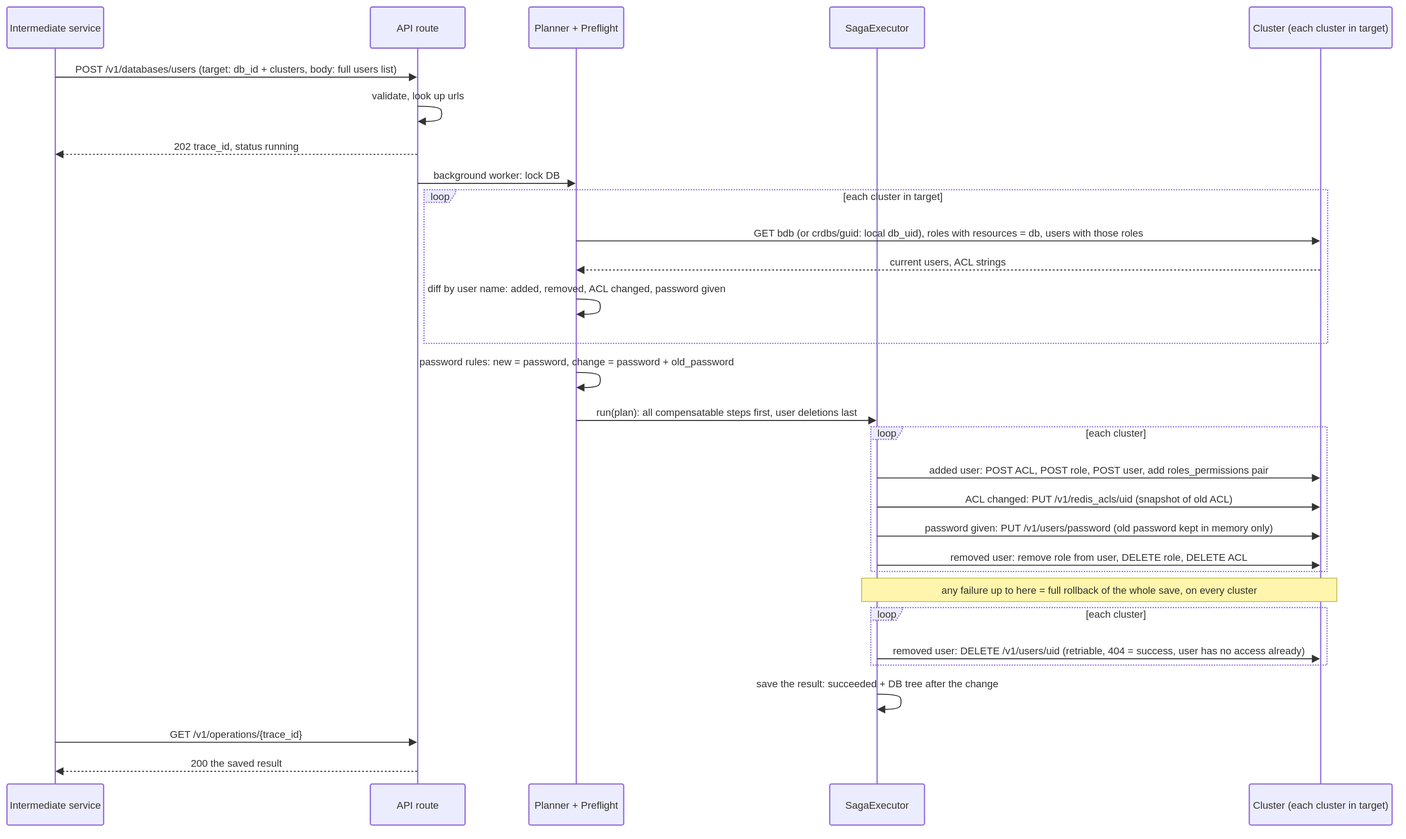
Earlier version of the draw.io export docs/dr/diagrams/17-seq-edit-users.drawio.svg (EliShteinman/redis-enterprise-services). Source tidied: cells renumbered, new cells last; positions are measured from the earlier drawing's top-left corner, leaving out a move shared by most shapes. The source it was exported from:
```xml
<mxGraphModel>
  <root>
    <mxCell id="0" />
    <mxCell id="1" parent="0" />
    <mxCell id="2" value="Intermediate service" style="html=1;shape=umlLifeline;perimeter=lifelinePerimeter;whiteSpace=wrap;outlineConnect=0;portConstraint=eastwest;newEdgeStyle={&quot;edgeStyle&quot;:&quot;sequenceEdgeStyle&quot;,&quot;libavoidRouting&quot;:0,&quot;curved&quot;:0,&quot;rounded&quot;:0};lifelineDashed=0;strokeWidth=2;rounded=1;absoluteArcSize=1;arcSize=6;lifelineColor=light-dark(#9370DB,#cccccc);size=65;lifelineMirror=1;fillColor=light-dark(#ECECFF,#1f2020);strokeColor=light-dark(#9370DB,#cccccc);fontColor=light-dark(#333333,#cccccc);fontFamily=Trebuchet MS,Verdana,Arial,sans-serif;fontSize=16;" parent="1" vertex="1">
      <mxGeometry width="153" height="1294" as="geometry" />
    </mxCell>
    <mxCell id="3" value="API route" style="html=1;shape=umlLifeline;perimeter=lifelinePerimeter;whiteSpace=wrap;outlineConnect=0;portConstraint=eastwest;newEdgeStyle={&quot;edgeStyle&quot;:&quot;sequenceEdgeStyle&quot;,&quot;libavoidRouting&quot;:0,&quot;curved&quot;:0,&quot;rounded&quot;:0};lifelineDashed=0;strokeWidth=2;rounded=1;absoluteArcSize=1;arcSize=6;lifelineColor=light-dark(#9370DB,#cccccc);size=65;lifelineMirror=1;fillColor=light-dark(#ECECFF,#1f2020);strokeColor=light-dark(#9370DB,#cccccc);fontColor=light-dark(#333333,#cccccc);fontFamily=Trebuchet MS,Verdana,Arial,sans-serif;fontSize=16;" parent="1" vertex="1">
      <mxGeometry x="575" width="150" height="1294" as="geometry" />
    </mxCell>
    <mxCell id="4" value="Planner + Preflight" style="html=1;shape=umlLifeline;perimeter=lifelinePerimeter;whiteSpace=wrap;outlineConnect=0;portConstraint=eastwest;newEdgeStyle={&quot;edgeStyle&quot;:&quot;sequenceEdgeStyle&quot;,&quot;libavoidRouting&quot;:0,&quot;curved&quot;:0,&quot;rounded&quot;:0};lifelineDashed=0;strokeWidth=2;rounded=1;absoluteArcSize=1;arcSize=6;lifelineColor=light-dark(#9370DB,#cccccc);size=65;lifelineMirror=1;fillColor=light-dark(#ECECFF,#1f2020);strokeColor=light-dark(#9370DB,#cccccc);fontColor=light-dark(#333333,#cccccc);fontFamily=Trebuchet MS,Verdana,Arial,sans-serif;fontSize=16;" parent="1" vertex="1">
      <mxGeometry x="826" width="150" height="1294" as="geometry" />
    </mxCell>
    <mxCell id="5" value="SagaExecutor" style="html=1;shape=umlLifeline;perimeter=lifelinePerimeter;whiteSpace=wrap;outlineConnect=0;portConstraint=eastwest;newEdgeStyle={&quot;edgeStyle&quot;:&quot;sequenceEdgeStyle&quot;,&quot;libavoidRouting&quot;:0,&quot;curved&quot;:0,&quot;rounded&quot;:0};lifelineDashed=0;strokeWidth=2;rounded=1;absoluteArcSize=1;arcSize=6;lifelineColor=light-dark(#9370DB,#cccccc);size=65;lifelineMirror=1;fillColor=light-dark(#ECECFF,#1f2020);strokeColor=light-dark(#9370DB,#cccccc);fontColor=light-dark(#333333,#cccccc);fontFamily=Trebuchet MS,Verdana,Arial,sans-serif;fontSize=16;" parent="1" vertex="1">
      <mxGeometry x="1302" width="150" height="1294" as="geometry" />
    </mxCell>
    <mxCell id="6" value="Cluster (each cluster in target)" style="html=1;shape=umlLifeline;perimeter=lifelinePerimeter;whiteSpace=wrap;outlineConnect=0;portConstraint=eastwest;newEdgeStyle={&quot;edgeStyle&quot;:&quot;sequenceEdgeStyle&quot;,&quot;libavoidRouting&quot;:0,&quot;curved&quot;:0,&quot;rounded&quot;:0};lifelineDashed=0;strokeWidth=2;rounded=1;absoluteArcSize=1;arcSize=6;lifelineColor=light-dark(#9370DB,#cccccc);size=65;lifelineMirror=1;fillColor=light-dark(#ECECFF,#1f2020);strokeColor=light-dark(#9370DB,#cccccc);fontColor=light-dark(#333333,#cccccc);fontFamily=Trebuchet MS,Verdana,Arial,sans-serif;fontSize=16;" parent="1" vertex="1">
      <mxGeometry x="1966" width="226" height="1294" as="geometry" />
    </mxCell>
    <mxCell id="7" value="loop" style="html=1;shape=umlFrame;dashed=1;fixDash=1;dashPattern=2 2;strokeWidth=2;fillColor=light-dark(#ECECFF,#1f2020);strokeColor=light-dark(#9370DB,#cccccc);fontSize=16;align=center;verticalAlign=middle;fontFamily=Trebuchet MS,Verdana,Arial,sans-serif;fontColor=light-dark(#333333,#cccccc);height=20;width=50;" parent="1" vertex="1">
      <mxGeometry x="660" y="289" width="1430" height="243" as="geometry" />
    </mxCell>
    <mxCell id="8" value="[each cluster in target]" style="text;strokeColor=none;fillColor=none;align=center;verticalAlign=middle;whiteSpace=wrap;fontSize=16;fontFamily=Trebuchet MS,Verdana,Arial,sans-serif;fontColor=light-dark(#333333,#cccccc);" parent="7" vertex="1">
      <mxGeometry x="54" y="2" width="1376" height="16" as="geometry" />
    </mxCell>
    <mxCell id="9" value="loop" style="html=1;shape=umlFrame;dashed=1;fixDash=1;dashPattern=2 2;strokeWidth=2;fillColor=light-dark(#ECECFF,#1f2020);strokeColor=light-dark(#9370DB,#cccccc);fontSize=16;align=center;verticalAlign=middle;fontFamily=Trebuchet MS,Verdana,Arial,sans-serif;fontColor=light-dark(#333333,#cccccc);height=20;width=50;" parent="1" vertex="1">
      <mxGeometry x="1367" y="664" width="722" height="229" as="geometry" />
    </mxCell>
    <mxCell id="10" value="[each cluster]" style="text;strokeColor=none;fillColor=none;align=center;verticalAlign=middle;whiteSpace=wrap;fontSize=16;fontFamily=Trebuchet MS,Verdana,Arial,sans-serif;fontColor=light-dark(#333333,#cccccc);" parent="9" vertex="1">
      <mxGeometry x="54" y="2" width="668" height="16" as="geometry" />
    </mxCell>
    <mxCell id="11" value="loop" style="html=1;shape=umlFrame;dashed=1;fixDash=1;dashPattern=2 2;strokeWidth=2;fillColor=light-dark(#ECECFF,#1f2020);strokeColor=light-dark(#9370DB,#cccccc);fontSize=16;align=center;verticalAlign=middle;fontFamily=Trebuchet MS,Verdana,Arial,sans-serif;fontColor=light-dark(#333333,#cccccc);height=20;width=50;" parent="1" vertex="1">
      <mxGeometry x="1367" y="950" width="722" height="91" as="geometry" />
    </mxCell>
    <mxCell id="12" value="[each cluster]" style="text;strokeColor=none;fillColor=none;align=center;verticalAlign=middle;whiteSpace=wrap;fontSize=16;fontFamily=Trebuchet MS,Verdana,Arial,sans-serif;fontColor=light-dark(#333333,#cccccc);" parent="11" vertex="1">
      <mxGeometry x="54" y="2" width="668" height="16" as="geometry" />
    </mxCell>
    <mxCell id="13" value="POST /v1/databases/users (target: db_id + clusters, body: full users list)" style="endArrow=block;endSize=9;verticalAlign=bottom;spacingBottom=2;edgeStyle=sequenceEdgeStyle;libavoidRouting=0;curved=0;rounded=0;fontSize=16;labelBackgroundColor=none;strokeWidth=1.5;strokeColor=light-dark(#333333,#cccccc);fontColor=light-dark(#333333,#cccccc);fontFamily=Trebuchet MS,Verdana,Arial,sans-serif;" parent="1" edge="1" source="2" target="3">
      <mxGeometry relative="1" as="geometry">
        <Array as="points">
          <mxPoint x="363" y="111" />
        </Array>
      </mxGeometry>
    </mxCell>
    <mxCell id="14" style="edgeStyle=sequenceEdgeStyle;libavoidRouting=0;curved=1;endArrow=block;endSize=9;verticalAlign=bottom;align=center;fontSize=16;labelBackgroundColor=none;strokeWidth=1.5;strokeColor=light-dark(#333333,#cccccc);fontColor=light-dark(#333333,#cccccc);fontFamily=Trebuchet MS,Verdana,Arial,sans-serif;" parent="1" edge="1" source="3" target="3">
      <mxGeometry relative="1" as="geometry">
        <Array as="points">
          <mxPoint x="685" y="157" />
          <mxPoint x="689" y="169" />
          <mxPoint x="685" y="181" />
        </Array>
      </mxGeometry>
    </mxCell>
    <mxCell id="15" value="validate, look up urls" style="text;html=1;strokeColor=none;fillColor=none;align=center;verticalAlign=middle;fontFamily=Trebuchet MS,Verdana,Arial,sans-serif;fontSize=16;fontColor=light-dark(#333333,#cccccc);" parent="1" vertex="1">
      <mxGeometry x="550" y="131" width="200" height="18" as="geometry" />
    </mxCell>
    <mxCell id="16" value="202 trace_id, status running" style="dashed=1;fixDash=1;dashPattern=3 3;endArrow=block;endSize=9;verticalAlign=bottom;spacingBottom=2;edgeStyle=sequenceEdgeStyle;libavoidRouting=0;curved=0;rounded=0;fontSize=16;labelBackgroundColor=none;strokeWidth=1.5;strokeColor=light-dark(#333333,#cccccc);fontColor=light-dark(#333333,#cccccc);fontFamily=Trebuchet MS,Verdana,Arial,sans-serif;" parent="1" edge="1" source="3" target="2">
      <mxGeometry relative="1" as="geometry">
        <Array as="points">
          <mxPoint x="363" y="233" />
        </Array>
      </mxGeometry>
    </mxCell>
    <mxCell id="17" value="background worker: lock DB" style="endArrow=block;endSize=9;verticalAlign=bottom;spacingBottom=2;edgeStyle=sequenceEdgeStyle;libavoidRouting=0;curved=0;rounded=0;fontSize=16;labelBackgroundColor=none;strokeWidth=1.5;strokeColor=light-dark(#333333,#cccccc);fontColor=light-dark(#333333,#cccccc);fontFamily=Trebuchet MS,Verdana,Arial,sans-serif;" parent="1" edge="1" source="3" target="4">
      <mxGeometry relative="1" as="geometry">
        <Array as="points">
          <mxPoint x="776" y="279" />
        </Array>
      </mxGeometry>
    </mxCell>
    <mxCell id="18" value="GET bdb (or crdbs/guid: local db_uid), roles with resources = db, users with those roles" style="endArrow=block;endSize=9;verticalAlign=bottom;spacingBottom=2;edgeStyle=sequenceEdgeStyle;libavoidRouting=0;curved=0;rounded=0;fontSize=16;labelBackgroundColor=none;strokeWidth=1.5;strokeColor=light-dark(#333333,#cccccc);fontColor=light-dark(#333333,#cccccc);fontFamily=Trebuchet MS,Verdana,Arial,sans-serif;" parent="1" edge="1" source="4" target="6">
      <mxGeometry relative="1" as="geometry">
        <Array as="points">
          <mxPoint x="1490" y="370" />
        </Array>
      </mxGeometry>
    </mxCell>
    <mxCell id="19" value="current users, ACL strings" style="dashed=1;fixDash=1;dashPattern=3 3;endArrow=block;endSize=9;verticalAlign=bottom;spacingBottom=2;edgeStyle=sequenceEdgeStyle;libavoidRouting=0;curved=0;rounded=0;fontSize=16;labelBackgroundColor=none;strokeWidth=1.5;strokeColor=light-dark(#333333,#cccccc);fontColor=light-dark(#333333,#cccccc);fontFamily=Trebuchet MS,Verdana,Arial,sans-serif;" parent="1" edge="1" source="6" target="4">
      <mxGeometry relative="1" as="geometry">
        <Array as="points">
          <mxPoint x="1490" y="416" />
        </Array>
      </mxGeometry>
    </mxCell>
    <mxCell id="20" style="edgeStyle=sequenceEdgeStyle;libavoidRouting=0;curved=1;endArrow=block;endSize=9;verticalAlign=bottom;align=center;fontSize=16;labelBackgroundColor=none;strokeWidth=1.5;strokeColor=light-dark(#333333,#cccccc);fontColor=light-dark(#333333,#cccccc);fontFamily=Trebuchet MS,Verdana,Arial,sans-serif;" parent="1" edge="1" source="4" target="4">
      <mxGeometry relative="1" as="geometry">
        <Array as="points">
          <mxPoint x="936" y="462" />
          <mxPoint x="940" y="474" />
          <mxPoint x="936" y="486" />
        </Array>
      </mxGeometry>
    </mxCell>
    <mxCell id="21" value="diff by user name: added, removed, ACL changed, password given" style="text;html=1;strokeColor=none;fillColor=none;align=center;verticalAlign=middle;fontFamily=Trebuchet MS,Verdana,Arial,sans-serif;fontSize=16;fontColor=light-dark(#333333,#cccccc);" parent="1" vertex="1">
      <mxGeometry x="801" y="436" width="200" height="18" as="geometry" />
    </mxCell>
    <mxCell id="22" style="edgeStyle=sequenceEdgeStyle;libavoidRouting=0;curved=1;endArrow=block;endSize=9;verticalAlign=bottom;align=center;fontSize=16;labelBackgroundColor=none;strokeWidth=1.5;strokeColor=light-dark(#333333,#cccccc);fontColor=light-dark(#333333,#cccccc);fontFamily=Trebuchet MS,Verdana,Arial,sans-serif;" parent="1" edge="1" source="4" target="4">
      <mxGeometry relative="1" as="geometry">
        <Array as="points">
          <mxPoint x="936" y="578" />
          <mxPoint x="940" y="590" />
          <mxPoint x="936" y="602" />
        </Array>
      </mxGeometry>
    </mxCell>
    <mxCell id="23" value="password rules: new = password, change = password + old_password" style="text;html=1;strokeColor=none;fillColor=none;align=center;verticalAlign=middle;fontFamily=Trebuchet MS,Verdana,Arial,sans-serif;fontSize=16;fontColor=light-dark(#333333,#cccccc);" parent="1" vertex="1">
      <mxGeometry x="801" y="552" width="200" height="18" as="geometry" />
    </mxCell>
    <mxCell id="24" value="run(plan): all compensatable steps first, user deletions last" style="endArrow=block;endSize=9;verticalAlign=bottom;spacingBottom=2;edgeStyle=sequenceEdgeStyle;libavoidRouting=0;curved=0;rounded=0;fontSize=16;labelBackgroundColor=none;strokeWidth=1.5;strokeColor=light-dark(#333333,#cccccc);fontColor=light-dark(#333333,#cccccc);fontFamily=Trebuchet MS,Verdana,Arial,sans-serif;" parent="1" edge="1" source="4" target="5">
      <mxGeometry relative="1" as="geometry">
        <Array as="points">
          <mxPoint x="1139" y="654" />
        </Array>
      </mxGeometry>
    </mxCell>
    <mxCell id="25" value="added user: POST ACL, POST role, POST user, add roles_permissions pair" style="endArrow=block;endSize=9;verticalAlign=bottom;spacingBottom=2;edgeStyle=sequenceEdgeStyle;libavoidRouting=0;curved=0;rounded=0;fontSize=16;labelBackgroundColor=none;strokeWidth=1.5;strokeColor=light-dark(#333333,#cccccc);fontColor=light-dark(#333333,#cccccc);fontFamily=Trebuchet MS,Verdana,Arial,sans-serif;" parent="1" edge="1" source="5" target="6">
      <mxGeometry relative="1" as="geometry">
        <Array as="points">
          <mxPoint x="1728" y="745" />
        </Array>
      </mxGeometry>
    </mxCell>
    <mxCell id="26" value="ACL changed: PUT /v1/redis_acls/uid (snapshot of old ACL)" style="endArrow=block;endSize=9;verticalAlign=bottom;spacingBottom=2;edgeStyle=sequenceEdgeStyle;libavoidRouting=0;curved=0;rounded=0;fontSize=16;labelBackgroundColor=none;strokeWidth=1.5;strokeColor=light-dark(#333333,#cccccc);fontColor=light-dark(#333333,#cccccc);fontFamily=Trebuchet MS,Verdana,Arial,sans-serif;" parent="1" edge="1" source="5" target="6">
      <mxGeometry relative="1" as="geometry">
        <Array as="points">
          <mxPoint x="1728" y="791" />
        </Array>
      </mxGeometry>
    </mxCell>
    <mxCell id="27" value="password given: PUT /v1/users/password (old password kept in memory only)" style="endArrow=block;endSize=9;verticalAlign=bottom;spacingBottom=2;edgeStyle=sequenceEdgeStyle;libavoidRouting=0;curved=0;rounded=0;fontSize=16;labelBackgroundColor=none;strokeWidth=1.5;strokeColor=light-dark(#333333,#cccccc);fontColor=light-dark(#333333,#cccccc);fontFamily=Trebuchet MS,Verdana,Arial,sans-serif;" parent="1" edge="1" source="5" target="6">
      <mxGeometry relative="1" as="geometry">
        <Array as="points">
          <mxPoint x="1728" y="837" />
        </Array>
      </mxGeometry>
    </mxCell>
    <mxCell id="28" value="removed user: remove role from user, DELETE role, DELETE ACL" style="endArrow=block;endSize=9;verticalAlign=bottom;spacingBottom=2;edgeStyle=sequenceEdgeStyle;libavoidRouting=0;curved=0;rounded=0;fontSize=16;labelBackgroundColor=none;strokeWidth=1.5;strokeColor=light-dark(#333333,#cccccc);fontColor=light-dark(#333333,#cccccc);fontFamily=Trebuchet MS,Verdana,Arial,sans-serif;" parent="1" edge="1" source="5" target="6">
      <mxGeometry relative="1" as="geometry">
        <Array as="points">
          <mxPoint x="1728" y="883" />
        </Array>
      </mxGeometry>
    </mxCell>
    <mxCell id="29" value="removed user: DELETE /v1/users/uid (retriable, 404 = success, user has no access already)" style="endArrow=block;endSize=9;verticalAlign=bottom;spacingBottom=2;edgeStyle=sequenceEdgeStyle;libavoidRouting=0;curved=0;rounded=0;fontSize=16;labelBackgroundColor=none;strokeWidth=1.5;strokeColor=light-dark(#333333,#cccccc);fontColor=light-dark(#333333,#cccccc);fontFamily=Trebuchet MS,Verdana,Arial,sans-serif;" parent="1" edge="1" source="5" target="6">
      <mxGeometry relative="1" as="geometry">
        <Array as="points">
          <mxPoint x="1728" y="1031" />
        </Array>
      </mxGeometry>
    </mxCell>
    <mxCell id="30" style="edgeStyle=sequenceEdgeStyle;libavoidRouting=0;curved=1;endArrow=block;endSize=9;verticalAlign=bottom;align=center;fontSize=16;labelBackgroundColor=none;strokeWidth=1.5;strokeColor=light-dark(#333333,#cccccc);fontColor=light-dark(#333333,#cccccc);fontFamily=Trebuchet MS,Verdana,Arial,sans-serif;" parent="1" edge="1" source="5" target="5">
      <mxGeometry relative="1" as="geometry">
        <Array as="points">
          <mxPoint x="1412" y="1087" />
          <mxPoint x="1416" y="1099" />
          <mxPoint x="1412" y="1111" />
        </Array>
      </mxGeometry>
    </mxCell>
    <mxCell id="31" value="save the result: succeeded + DB tree after the change" style="text;html=1;strokeColor=none;fillColor=none;align=center;verticalAlign=middle;fontFamily=Trebuchet MS,Verdana,Arial,sans-serif;fontSize=16;fontColor=light-dark(#333333,#cccccc);" parent="1" vertex="1">
      <mxGeometry x="1277" y="1061" width="200" height="18" as="geometry" />
    </mxCell>
    <mxCell id="32" value="GET /v1/operations/{trace_id}" style="endArrow=block;endSize=9;verticalAlign=bottom;spacingBottom=2;edgeStyle=sequenceEdgeStyle;libavoidRouting=0;curved=0;rounded=0;fontSize=16;labelBackgroundColor=none;strokeWidth=1.5;strokeColor=light-dark(#333333,#cccccc);fontColor=light-dark(#333333,#cccccc);fontFamily=Trebuchet MS,Verdana,Arial,sans-serif;" parent="1" edge="1" source="2" target="3">
      <mxGeometry relative="1" as="geometry">
        <Array as="points">
          <mxPoint x="363" y="1163" />
        </Array>
      </mxGeometry>
    </mxCell>
    <mxCell id="33" value="200 the saved result" style="dashed=1;fixDash=1;dashPattern=3 3;endArrow=block;endSize=9;verticalAlign=bottom;spacingBottom=2;edgeStyle=sequenceEdgeStyle;libavoidRouting=0;curved=0;rounded=0;fontSize=16;labelBackgroundColor=none;strokeWidth=1.5;strokeColor=light-dark(#333333,#cccccc);fontColor=light-dark(#333333,#cccccc);fontFamily=Trebuchet MS,Verdana,Arial,sans-serif;" parent="1" edge="1" source="3" target="2">
      <mxGeometry relative="1" as="geometry">
        <Array as="points">
          <mxPoint x="363" y="1209" />
        </Array>
      </mxGeometry>
    </mxCell>
    <mxCell id="34" value="any failure up to here = full rollback of the whole save, on every cluster" style="html=1;fillColor=light-dark(#fff5ad,#2a2a2a);strokeColor=light-dark(#aaaa33,#cccccc);fontColor=light-dark(#333333,#cccccc);fontFamily=Trebuchet MS,Verdana,Arial,sans-serif;fontSize=16;" parent="1" vertex="1">
      <mxGeometry x="1352" y="903" width="752" height="37" as="geometry" />
    </mxCell>
  </root>
</mxGraphModel>
```
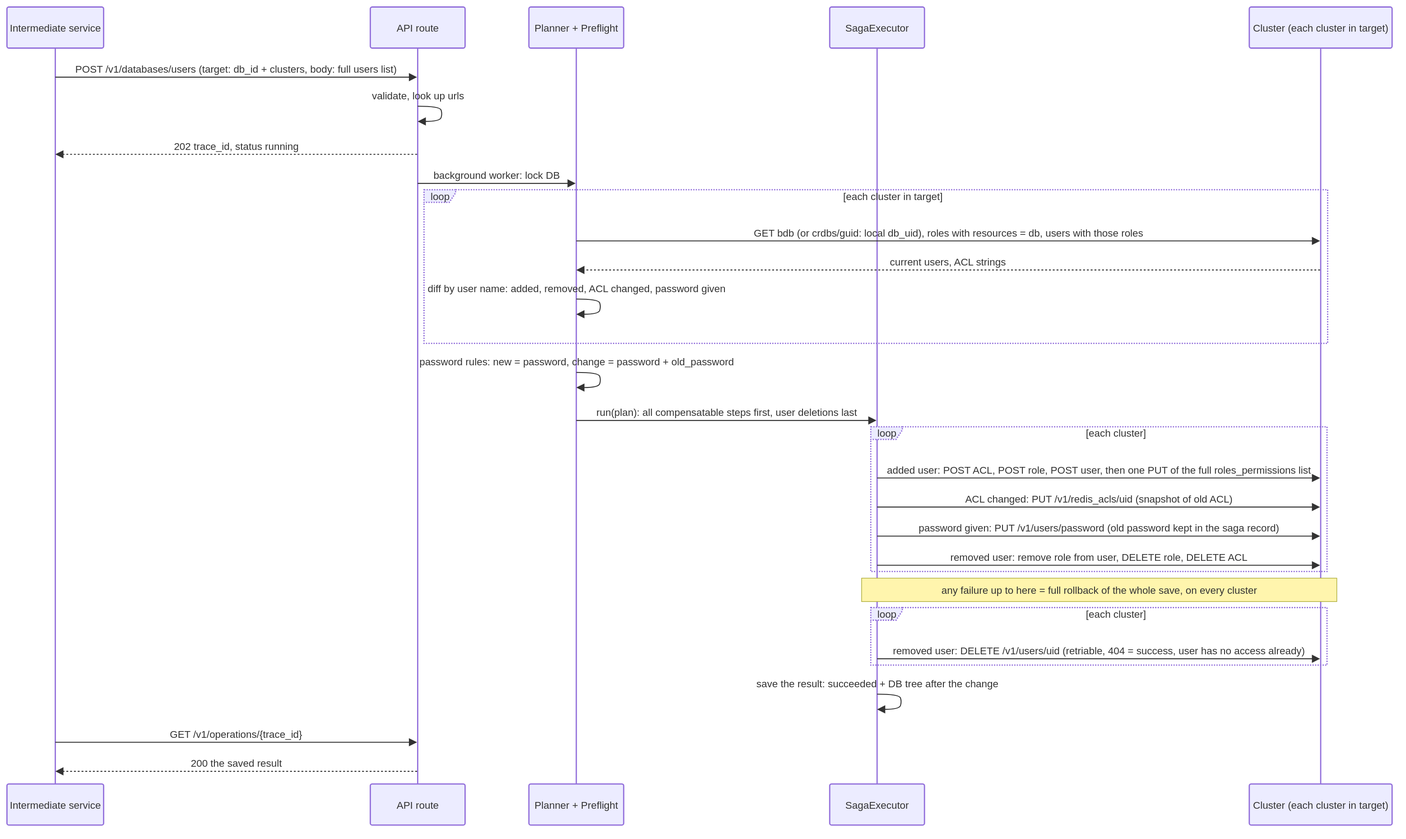
Above is the later version.

Commit message:
docs: the diagrams follow the Saga core contract

Change to the diagram source:
```diff
@@ -113,7 +113,7 @@
         </Array>
       </mxGeometry>
     </mxCell>
-    <mxCell id="25" value="added user: POST ACL, POST role, POST user, add roles_permissions pair" style="endArrow=block;endSize=9;verticalAlign=bottom;spacingBottom=2;edgeStyle=sequenceEdgeStyle;libavoidRouting=0;curved=0;rounded=0;fontSize=16;labelBackgroundColor=none;strokeWidth=1.5;strokeColor=light-dark(#333333,#cccccc);fontColor=light-dark(#333333,#cccccc);fontFamily=Trebuchet MS,Verdana,Arial,sans-serif;" parent="1" edge="1" source="5" target="6">
+    <mxCell id="25" value="added user: POST ACL, POST role, POST user, then one PUT of the full roles_permissions list" style="endArrow=block;endSize=9;verticalAlign=bottom;spacingBottom=2;edgeStyle=sequenceEdgeStyle;libavoidRouting=0;curved=0;rounded=0;fontSize=16;labelBackgroundColor=none;strokeWidth=1.5;strokeColor=light-dark(#333333,#cccccc);fontColor=light-dark(#333333,#cccccc);fontFamily=Trebuchet MS,Verdana,Arial,sans-serif;" parent="1" edge="1" source="5" target="6">
       <mxGeometry relative="1" as="geometry">
         <Array as="points">
           <mxPoint x="1728" y="745" />
@@ -127,7 +127,7 @@
         </Array>
       </mxGeometry>
     </mxCell>
-    <mxCell id="27" value="password given: PUT /v1/users/password (old password kept in memory only)" style="endArrow=block;endSize=9;verticalAlign=bottom;spacingBottom=2;edgeStyle=sequenceEdgeStyle;libavoidRouting=0;curved=0;rounded=0;fontSize=16;labelBackgroundColor=none;strokeWidth=1.5;strokeColor=light-dark(#333333,#cccccc);fontColor=light-dark(#333333,#cccccc);fontFamily=Trebuchet MS,Verdana,Arial,sans-serif;" parent="1" edge="1" source="5" target="6">
+    <mxCell id="27" value="password given: PUT /v1/users/password (old password kept in the saga record)" style="endArrow=block;endSize=9;verticalAlign=bottom;spacingBottom=2;edgeStyle=sequenceEdgeStyle;libavoidRouting=0;curved=0;rounded=0;fontSize=16;labelBackgroundColor=none;strokeWidth=1.5;strokeColor=light-dark(#333333,#cccccc);fontColor=light-dark(#333333,#cccccc);fontFamily=Trebuchet MS,Verdana,Arial,sans-serif;" parent="1" edge="1" source="5" target="6">
       <mxGeometry relative="1" as="geometry">
         <Array as="points">
           <mxPoint x="1728" y="837" />
```
